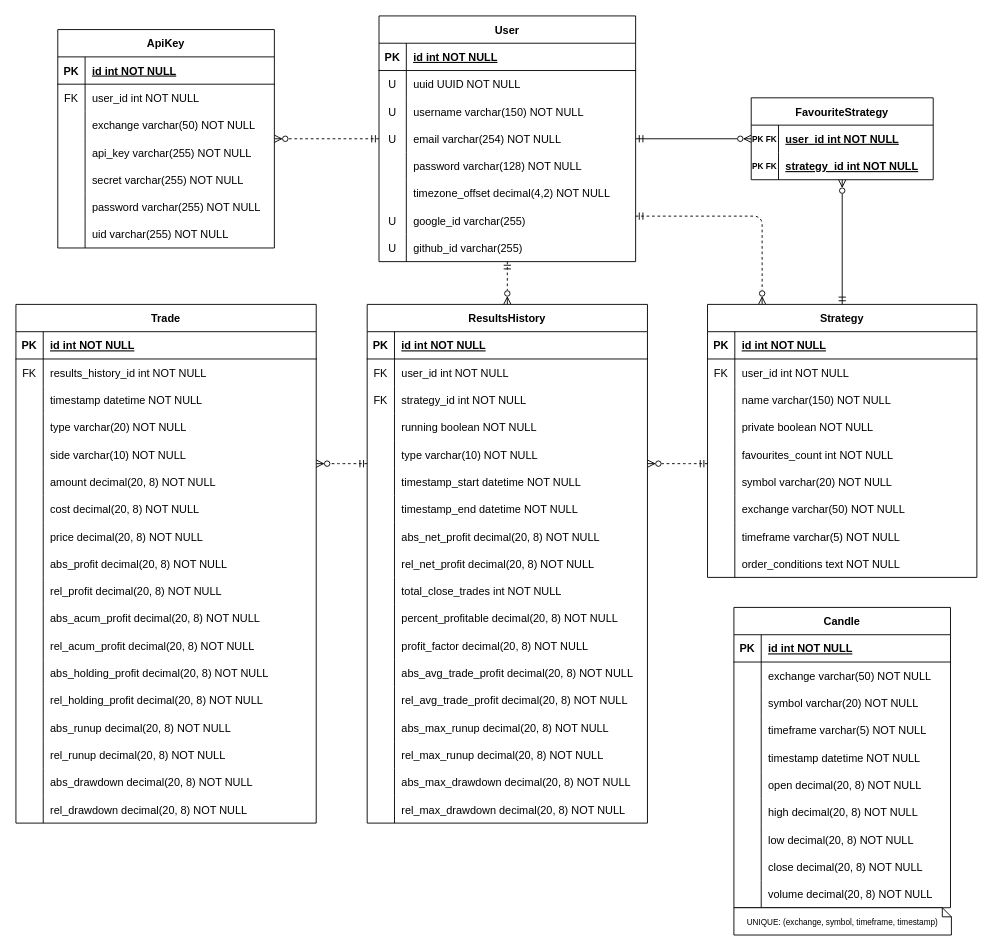
The draw.io diagram docs/ERD.drawio in pgr866/Stratify, before the edit. Source tidied: cells renumbered, new cells numbered last; positions are measured from the earlier drawing's top-left corner, leaving out a move shared by most shapes. Both pictures are drawn from the tidied source at 91%, with x=0, y=0 at pixel (15, 15).
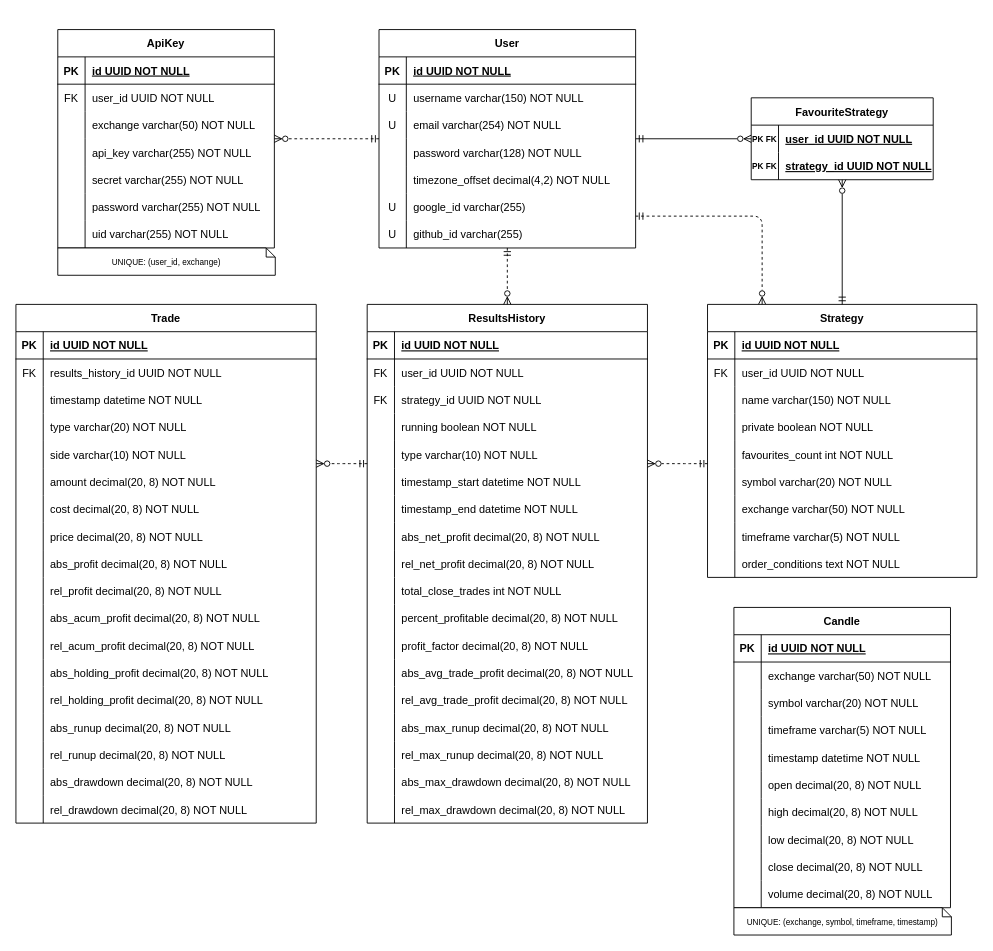
The same page after the edit.

The change refers to these unchanged cells:
```xml
<mxCell id="4" style="shape=partialRectangle;fillColor=none;top=0;left=0;right=0;bottom=1;" parent="3" vertex="1">
  <mxGeometry y="30" width="296" height="30" as="geometry" />
</mxCell>
<mxCell id="7" style="shape=partialRectangle;fillColor=none;top=0;left=0;right=0;bottom=0;" parent="3" vertex="1">
  <mxGeometry y="60" width="296" height="30" as="geometry" />
</mxCell>
<mxCell id="32" style="shape=partialRectangle;fillColor=none;top=0;left=0;right=0;bottom=1;" parent="31" vertex="1">
  <mxGeometry y="30" width="282" height="30" as="geometry" />
</mxCell>
<mxCell id="57" style="shape=partialRectangle;fillColor=none;top=0;left=0;right=0;bottom=1;" parent="56" vertex="1">
  <mxGeometry y="30" width="238" height="30" as="geometry" />
</mxCell>
<mxCell id="60" style="shape=partialRectangle;fillColor=none;top=0;left=0;right=0;bottom=0;" parent="56" vertex="1">
  <mxGeometry y="60" width="238" height="30" as="geometry" />
</mxCell>
<mxCell id="80" style="shape=partialRectangle;fillColor=none;top=0;left=0;right=0;bottom=1;" parent="79" vertex="1">
  <mxGeometry y="30" width="238" height="30" as="geometry" />
</mxCell>
<mxCell id="111" style="shape=partialRectangle;fillColor=none;top=0;left=0;right=0;bottom=1;" parent="110" vertex="1">
  <mxGeometry y="30" width="308" height="30" as="geometry" />
</mxCell>
<mxCell id="114" style="shape=partialRectangle;fillColor=none;top=0;left=0;right=0;bottom=0;" parent="110" vertex="1">
  <mxGeometry y="60" width="308" height="30" as="geometry" />
</mxCell>
<mxCell id="117" style="shape=partialRectangle;fillColor=none;top=0;left=0;right=0;bottom=0;" parent="110" vertex="1">
  <mxGeometry y="90" width="308" height="30" as="geometry" />
</mxCell>
<mxCell id="168" style="shape=partialRectangle;fillColor=none;top=0;left=0;right=0;bottom=1;" parent="167" vertex="1">
  <mxGeometry y="30" width="330" height="30" as="geometry" />
</mxCell>
<mxCell id="171" style="shape=partialRectangle;fillColor=none;top=0;left=0;right=0;bottom=0;" parent="167" vertex="1">
  <mxGeometry y="60" width="330" height="30" as="geometry" />
</mxCell>
<mxCell id="223" style="shape=partialRectangle;fillColor=none;top=0;left=0;right=0;bottom=0;" parent="222" vertex="1">
  <mxGeometry y="30" width="200" height="30" as="geometry" />
</mxCell>
<mxCell id="226" style="shape=partialRectangle;fillColor=none;top=0;left=0;right=0;bottom=0;" parent="222" vertex="1">
  <mxGeometry y="60" width="200" height="30" as="geometry" />
</mxCell>
```

Change to the diagram source:
```diff
@@
-    <mxCell id="6" value="id int NOT NULL " style="shape=partialRectangle;overflow=hidden;fillColor=none;top=0;left=0;bottom=0;right=0;align=left;spacingLeft=6;fontStyle=5;" parent="4" vertex="1">
+    <mxCell id="6" value="id UUID NOT NULL " style="shape=partialRectangle;overflow=hidden;fillColor=none;top=0;left=0;bottom=0;right=0;align=left;spacingLeft=6;fontStyle=5;" parent="4" vertex="1">
       <mxGeometry x="30" width="266" height="30" as="geometry" />
     </mxCell>
@@
-    <mxCell id="9" value="user_id int NOT NULL" style="shape=partialRectangle;overflow=hidden;fillColor=none;top=0;left=0;bottom=0;right=0;align=left;spacingLeft=6;" parent="7" vertex="1">
+    <mxCell id="9" value="user_id UUID NOT NULL" style="shape=partialRectangle;overflow=hidden;fillColor=none;top=0;left=0;bottom=0;right=0;align=left;spacingLeft=6;" parent="7" vertex="1">
       <mxGeometry x="30" width="266" height="30" as="geometry" />
     </mxCell>
@@
     <mxCell id="31" value="User" style="shape=table;startSize=30;childLayout=tableLayout;rowLines=0;fontStyle=1;align=center;" parent="1" vertex="1">
-      <mxGeometry x="399" width="282" height="270" as="geometry" />
+      <mxGeometry x="399" y="15" width="282" height="240" as="geometry" />
     </mxCell>
@@
-    <mxCell id="34" value="id int NOT NULL " style="shape=partialRectangle;overflow=hidden;fillColor=none;top=0;left=0;bottom=0;right=0;align=left;spacingLeft=6;fontStyle=5;" parent="32" vertex="1">
+    <mxCell id="34" value="id UUID NOT NULL " style="shape=partialRectangle;overflow=hidden;fillColor=none;top=0;left=0;bottom=0;right=0;align=left;spacingLeft=6;fontStyle=5;" parent="32" vertex="1">
       <mxGeometry x="30" width="252" height="30" as="geometry" />
     </mxCell>
-    <mxCell id="35" style="shape=partialRectangle;fillColor=none;top=0;left=0;right=0;bottom=0;" parent="31" vertex="1">
-      <mxGeometry y="60" width="282" height="30" as="geometry" />
-    </mxCell>
-    <mxCell id="36" value="U" style="shape=partialRectangle;overflow=hidden;fillColor=none;top=0;left=0;bottom=0;right=0;" parent="35" vertex="1">
-      <mxGeometry width="30" height="30" as="geometry" />
-    </mxCell>
-    <mxCell id="37" value="uuid UUID NOT NULL" style="shape=partialRectangle;overflow=hidden;fillColor=none;top=0;left=0;bottom=0;right=0;align=left;spacingLeft=6;" parent="35" vertex="1">
-      <mxGeometry x="30" width="252" height="30" as="geometry" />
-    </mxCell>
     <mxCell id="38" style="shape=partialRectangle;fillColor=none;top=0;left=0;right=0;bottom=0;" parent="31" vertex="1">
-      <mxGeometry y="90" width="282" height="30" as="geometry" />
+      <mxGeometry y="60" width="282" height="30" as="geometry" />
     </mxCell>
@@
     <mxCell id="41" style="shape=partialRectangle;fillColor=none;top=0;left=0;right=0;bottom=0;" parent="31" vertex="1">
-      <mxGeometry y="120" width="282" height="30" as="geometry" />
+      <mxGeometry y="90" width="282" height="30" as="geometry" />
     </mxCell>
@@
     <mxCell id="44" style="shape=partialRectangle;fillColor=none;top=0;left=0;right=0;bottom=0;" parent="31" vertex="1">
-      <mxGeometry y="150" width="282" height="30" as="geometry" />
+      <mxGeometry y="120" width="282" height="30" as="geometry" />
     </mxCell>
@@
     <mxCell id="47" style="shape=partialRectangle;fillColor=none;top=0;left=0;right=0;bottom=0;" parent="31" vertex="1">
-      <mxGeometry y="180" width="282" height="30" as="geometry" />
+      <mxGeometry y="150" width="282" height="30" as="geometry" />
     </mxCell>
@@
     <mxCell id="50" style="shape=partialRectangle;fillColor=none;top=0;left=0;right=0;bottom=0;" parent="31" vertex="1">
-      <mxGeometry y="210" width="282" height="30" as="geometry" />
+      <mxGeometry y="180" width="282" height="30" as="geometry" />
     </mxCell>
@@
     <mxCell id="53" style="shape=partialRectangle;fillColor=none;top=0;left=0;right=0;bottom=0;" parent="31" vertex="1">
-      <mxGeometry y="240" width="282" height="30" as="geometry" />
+      <mxGeometry y="210" width="282" height="30" as="geometry" />
     </mxCell>
@@
-    <mxCell id="59" value="id int NOT NULL " style="shape=partialRectangle;overflow=hidden;fillColor=none;top=0;left=0;bottom=0;right=0;align=left;spacingLeft=6;fontStyle=5;" parent="57" vertex="1">
+    <mxCell id="59" value="id UUID NOT NULL " style="shape=partialRectangle;overflow=hidden;fillColor=none;top=0;left=0;bottom=0;right=0;align=left;spacingLeft=6;fontStyle=5;" parent="57" vertex="1">
       <mxGeometry x="30" width="208" height="30" as="geometry" />
     </mxCell>
@@
-    <mxCell id="62" value="user_id int NOT NULL" style="shape=partialRectangle;overflow=hidden;fillColor=none;top=0;left=0;bottom=0;right=0;align=left;spacingLeft=6;" parent="60" vertex="1">
+    <mxCell id="62" value="user_id UUID NOT NULL" style="shape=partialRectangle;overflow=hidden;fillColor=none;top=0;left=0;bottom=0;right=0;align=left;spacingLeft=6;" parent="60" vertex="1">
       <mxGeometry x="30" width="208" height="30" as="geometry" />
     </mxCell>
@@
-    <mxCell id="82" value="id int NOT NULL " style="shape=partialRectangle;overflow=hidden;fillColor=none;top=0;left=0;bottom=0;right=0;align=left;spacingLeft=6;fontStyle=5;" parent="80" vertex="1">
+    <mxCell id="82" value="id UUID NOT NULL " style="shape=partialRectangle;overflow=hidden;fillColor=none;top=0;left=0;bottom=0;right=0;align=left;spacingLeft=6;fontStyle=5;" parent="80" vertex="1">
       <mxGeometry x="30" width="208" height="30" as="geometry" />
     </mxCell>
@@
-    <mxCell id="113" value="id int NOT NULL " style="shape=partialRectangle;overflow=hidden;fillColor=none;top=0;left=0;bottom=0;right=0;align=left;spacingLeft=6;fontStyle=5;" parent="111" vertex="1">
+    <mxCell id="113" value="id UUID NOT NULL " style="shape=partialRectangle;overflow=hidden;fillColor=none;top=0;left=0;bottom=0;right=0;align=left;spacingLeft=6;fontStyle=5;" parent="111" vertex="1">
       <mxGeometry x="30" width="278" height="30" as="geometry" />
     </mxCell>
@@
-    <mxCell id="116" value="user_id int NOT NULL" style="shape=partialRectangle;overflow=hidden;fillColor=none;top=0;left=0;bottom=0;right=0;align=left;spacingLeft=6;" parent="114" vertex="1">
+    <mxCell id="116" value="user_id UUID NOT NULL" style="shape=partialRectangle;overflow=hidden;fillColor=none;top=0;left=0;bottom=0;right=0;align=left;spacingLeft=6;" parent="114" vertex="1">
       <mxGeometry x="30" width="278" height="30" as="geometry" />
     </mxCell>
@@
-    <mxCell id="119" value="strategy_id int NOT NULL" style="shape=partialRectangle;overflow=hidden;fillColor=none;top=0;left=0;bottom=0;right=0;align=left;spacingLeft=6;" parent="117" vertex="1">
+    <mxCell id="119" value="strategy_id UUID NOT NULL" style="shape=partialRectangle;overflow=hidden;fillColor=none;top=0;left=0;bottom=0;right=0;align=left;spacingLeft=6;" parent="117" vertex="1">
       <mxGeometry x="30" width="278" height="30" as="geometry" />
     </mxCell>
@@
-    <mxCell id="170" value="id int NOT NULL " style="shape=partialRectangle;overflow=hidden;fillColor=none;top=0;left=0;bottom=0;right=0;align=left;spacingLeft=6;fontStyle=5;" parent="168" vertex="1">
+    <mxCell id="170" value="id UUID NOT NULL " style="shape=partialRectangle;overflow=hidden;fillColor=none;top=0;left=0;bottom=0;right=0;align=left;spacingLeft=6;fontStyle=5;" parent="168" vertex="1">
       <mxGeometry x="30" width="300" height="30" as="geometry" />
     </mxCell>
@@
-    <mxCell id="173" value="results_history_id int NOT NULL" style="shape=partialRectangle;overflow=hidden;fillColor=none;top=0;left=0;bottom=0;right=0;align=left;spacingLeft=6;" parent="171" vertex="1">
+    <mxCell id="173" value="results_history_id UUID NOT NULL" style="shape=partialRectangle;overflow=hidden;fillColor=none;top=0;left=0;bottom=0;right=0;align=left;spacingLeft=6;" parent="171" vertex="1">
       <mxGeometry x="30" width="300" height="30" as="geometry" />
     </mxCell>
@@
-    <mxCell id="225" value="user_id int NOT NULL" style="shape=partialRectangle;overflow=hidden;fillColor=none;top=0;left=0;bottom=0;right=0;align=left;spacingLeft=6;fontStyle=5;" parent="223" vertex="1">
+    <mxCell id="225" value="user_id UUID NOT NULL" style="shape=partialRectangle;overflow=hidden;fillColor=none;top=0;left=0;bottom=0;right=0;align=left;spacingLeft=6;fontStyle=5;" parent="223" vertex="1">
       <mxGeometry x="30" width="170" height="30" as="geometry" />
     </mxCell>
@@
-    <mxCell id="228" value="strategy_id int NOT NULL" style="shape=partialRectangle;overflow=hidden;fillColor=none;top=0;left=0;bottom=0;right=0;align=left;spacingLeft=6;fontStyle=5;" parent="226" vertex="1">
+    <mxCell id="228" value="strategy_id UUID NOT NULL" style="shape=partialRectangle;overflow=hidden;fillColor=none;top=0;left=0;bottom=0;right=0;align=left;spacingLeft=6;fontStyle=5;" parent="226" vertex="1">
       <mxGeometry x="30" width="170" height="30" as="geometry" />
     </mxCell>
@@
+    <mxCell id="233" value="&lt;font style=&quot;font-size: 9px;&quot;&gt;UNIQUE: (user_id, exchange)&lt;/font&gt;" style="shape=note;size=10;whiteSpace=wrap;html=1;" parent="1" vertex="1">
+      <mxGeometry x="46" y="255" width="239" height="30" as="geometry" />
+    </mxCell>
```
